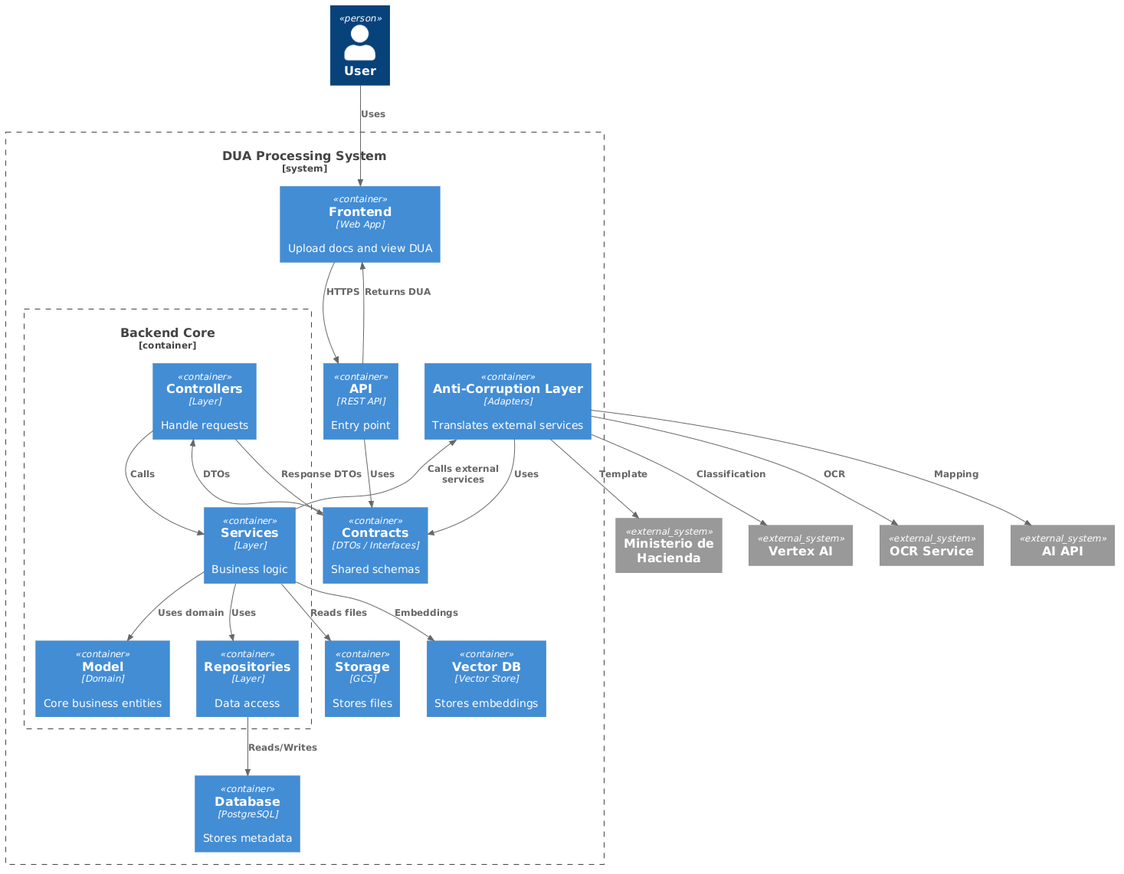
chris124v/DUA_StreamLiner keeps this PlantUML diagram as Images/container_diagram.png. Above is the earlier version.
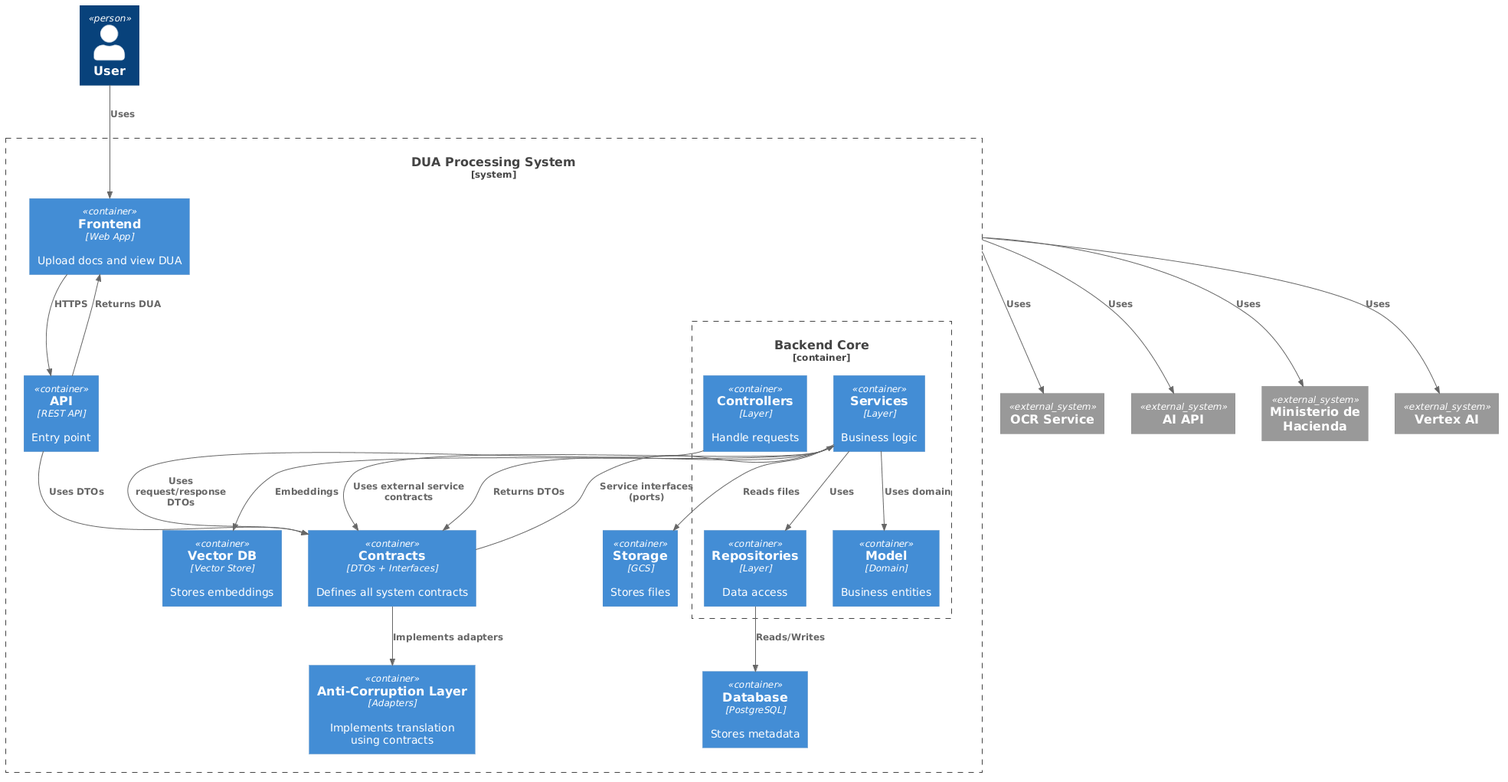
The same file after the commit.

The edit, as a diff of the source:
```diff
@@ -14,9 +14,9 @@
 
     Container(api, "API", "REST API", "Entry point")
 
-    Container(contracts, "Contracts", "DTOs / Interfaces", "Shared schemas")
+    Container(contracts, "Contracts", "DTOs + Interfaces", "Defines all system contracts")
 
-    Container(acl, "Anti-Corruption Layer", "Adapters", "Translates external services")
+    Container(acl, "Anti-Corruption Layer", "Adapters", "Implements translation using contracts")
 
     Container(storage, "Storage", "GCS", "Stores files")
     Container(db, "Database", "PostgreSQL", "Stores metadata")
@@ -24,7 +24,7 @@
 
     Container_Boundary(backend, "Backend Core") {
 
-        Container(model, "Model", "Domain", "Core business entities")
+        Container(model, "Model", "Domain", "Business entities")
 
         Container(controller, "Controllers", "Layer", "Handle requests")
 
@@ -37,27 +37,28 @@
 Rel(user, ui, "Uses")
 Rel(ui, api, "HTTPS")
 
-Rel(api, contracts, "Uses")
-Rel(acl, contracts, "Uses")
+Rel(api, contracts, "Uses DTOs")
 
-Rel(contracts, controller, "DTOs")
+Rel(controller, contracts, "Uses request/response DTOs")
+Rel(contracts, services, "Service interfaces (ports)")
 
-Rel(controller, services, "Calls")
 Rel(services, repositories, "Uses")
 Rel(repositories, db, "Reads/Writes")
+
 Rel(services, vector_db, "Embeddings")
-
 Rel(services, storage, "Reads files")
 
 Rel(services, model, "Uses domain")
 
-Rel(services, acl, "Calls external services")
+Rel(services, contracts, "Uses external service contracts")
+Rel(contracts, acl, "Implements adapters")
 
-Rel(acl, vertex_ai, "Classification")
-Rel(acl, ocr_service, "OCR")
-Rel(acl, ai_api, "Mapping")
-Rel(acl, min_hacienda, "Template")
 
-Rel(controller, contracts, "Response DTOs")
+Rel(system, vertex_ai, "Uses")
+Rel(system, ocr_service, "Uses")
+Rel(system, ai_api, "Uses")
+Rel(system, min_hacienda, "Uses")
+
+Rel(services, contracts, "Returns DTOs")
 Rel(api, ui, "Returns DUA")
 @enduml
```
